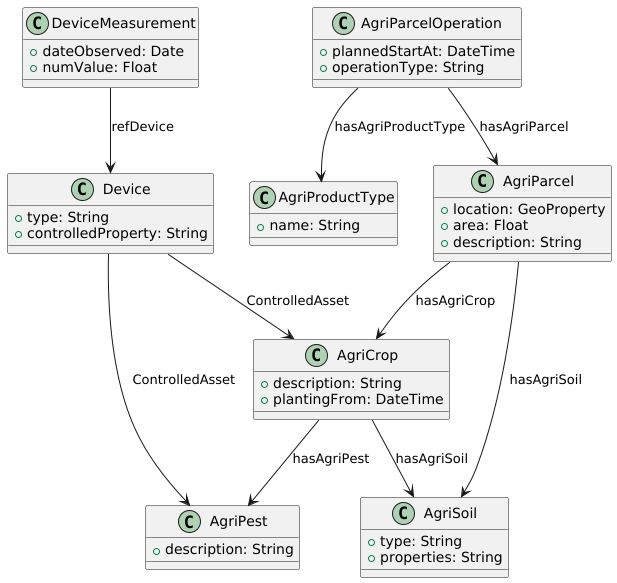
Smart-Droplets-Project/digitalTwinFramework keeps this PlantUML diagram as assets/DigitalTwinClassDiagram.png. Above is the earlier version.
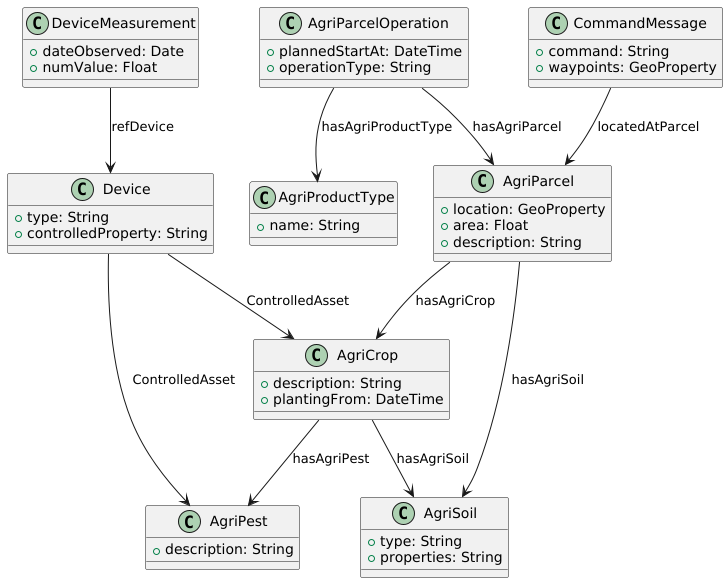
The same diagram one commit later.

Commit message:
update class diagram

Diff of the diagram source:
```diff
@@ -30,6 +30,10 @@
 class AgriProductType {
     + name: String
 }
+class CommandMessage {
+    + command: String
+    + waypoints: GeoProperty
+}
 
 
 AgriParcel  --> AgriCrop : hasAgriCrop
@@ -41,4 +45,5 @@
 AgriParcelOperation --> AgriParcel : hasAgriParcel
 AgriParcelOperation --> AgriProductType : hasAgriProductType
 Device  --> AgriCrop : ControlledAsset
+CommandMessage --> AgriParcel : locatedAtParcel
 @enduml
```
